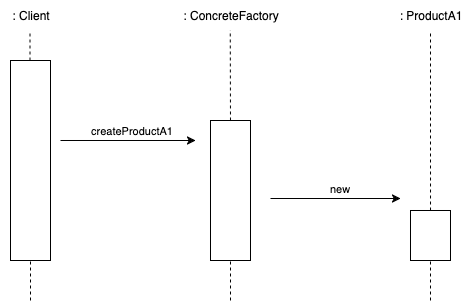
Above: assets/pattern/abstract-factory/abstract-factory-sequence.drawio.png in angelobdev/dispensa-ingsoft (draw.io), before the change. Source tidied: cells renumbered, new cells last; positions are measured from the earlier drawing's top-left corner, leaving out a move shared by most shapes.
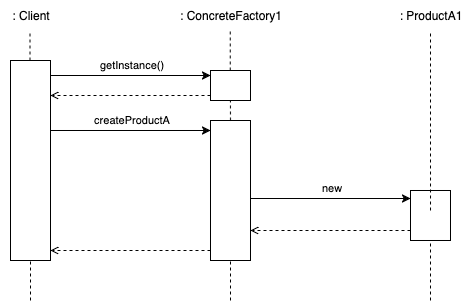
Later version of the same file.

Commit message:
Ridisegnati sequence diagram creazionali

The edit, as a diff of the source:
```diff
@@ -11,19 +11,16 @@
     <mxCell id="4" value=": Client" style="text;html=1;align=center;verticalAlign=middle;strokeColor=none;fillColor=none;" parent="1" vertex="1">
       <mxGeometry width="60" height="30" as="geometry" />
     </mxCell>
-    <mxCell id="5" value="&lt;div&gt;: ConcreteFactory&lt;/div&gt;" style="text;html=1;align=center;verticalAlign=middle;points=[];strokeColor=none;fillColor=none;" parent="1" vertex="1">
-      <mxGeometry x="170" width="120" height="30" as="geometry" />
+    <mxCell id="5" value="&lt;div&gt;: ConcreteFactory1&lt;/div&gt;" style="text;html=1;align=center;verticalAlign=middle;points=[];strokeColor=none;fillColor=none;" parent="1" vertex="1">
+      <mxGeometry x="165" width="130" height="30" as="geometry" />
     </mxCell>
     <mxCell id="6" style="html=1;points=[[0,0,0,0,5],[0,1,0,0,-5],[1,0,0,0,5],[1,1,0,0,-5]];perimeter=orthogonalPerimeter;outlineConnect=0;targetShapes=umlLifeline;portConstraint=eastwest;newEdgeStyle={&quot;curved&quot;:0,&quot;rounded&quot;:0};" parent="1" vertex="1">
-      <mxGeometry x="410" y="210" width="40" height="50" as="geometry" />
+      <mxGeometry x="410" y="190" width="40" height="50" as="geometry" />
     </mxCell>
-    <mxCell id="7" style="endArrow=classic;html=1;rounded=0;" parent="1" edge="1">
-      <mxGeometry relative="1" as="geometry">
-        <mxPoint x="60" y="140" as="sourcePoint" />
-        <mxPoint x="195" y="140" as="targetPoint" />
-      </mxGeometry>
+    <mxCell id="7" style="endArrow=classic;html=1;rounded=0;entryX=0;entryY=0;entryDx=0;entryDy=5;entryPerimeter=0;" parent="1" edge="1" source="2" target="19">
+      <mxGeometry relative="1" as="geometry" />
     </mxCell>
-    <mxCell id="8" value="createProductA1" style="edgeLabel;html=1;align=center;verticalAlign=middle;" parent="7" vertex="1">
+    <mxCell id="8" value="getInstance()" style="edgeLabel;html=1;align=center;verticalAlign=middle;" parent="7" vertex="1">
       <mxGeometry x="-0.16" y="2" relative="1" as="geometry">
         <mxPoint x="13" y="-8" as="offset" />
       </mxGeometry>
@@ -43,10 +40,8 @@
         <mxPoint x="29.5" y="30" as="targetPoint" />
       </mxGeometry>
     </mxCell>
-    <mxCell id="12" style="endArrow=none;dashed=1;html=1;rounded=0;entryX=0.498;entryY=0.993;entryDx=0;entryDy=0;entryPerimeter=0;" parent="1" edge="1" target="5">
-      <mxGeometry relative="1" as="geometry">
-        <mxPoint x="230" y="120" as="sourcePoint" />
-      </mxGeometry>
+    <mxCell id="12" style="endArrow=none;dashed=1;html=1;rounded=0;entryX=0.498;entryY=0.993;entryDx=0;entryDy=0;entryPerimeter=0;" parent="1" edge="1" source="19" target="5">
+      <mxGeometry relative="1" as="geometry" />
     </mxCell>
     <mxCell id="13" value="&lt;div&gt;: ProductA1&lt;/div&gt;" style="text;html=1;align=center;verticalAlign=middle;strokeColor=none;fillColor=none;" parent="1" vertex="1">
       <mxGeometry x="385" width="90" height="30" as="geometry" />
@@ -57,10 +52,9 @@
         <mxPoint x="430" y="30" as="targetPoint" />
       </mxGeometry>
     </mxCell>
-    <mxCell id="15" style="endArrow=classic;html=1;rounded=0;" parent="1" edge="1">
+    <mxCell id="15" style="endArrow=classic;html=1;rounded=0;" parent="1" edge="1" target="6">
       <mxGeometry relative="1" as="geometry">
-        <mxPoint x="270" y="198" as="sourcePoint" />
-        <mxPoint x="400" y="198" as="targetPoint" />
+        <mxPoint x="250" y="198" as="sourcePoint" />
       </mxGeometry>
     </mxCell>
     <mxCell id="16" value="new" style="edgeLabel;html=1;align=center;verticalAlign=middle;" parent="15" vertex="1">
@@ -73,5 +67,38 @@
         <mxPoint x="430" y="300" as="sourcePoint" />
       </mxGeometry>
     </mxCell>
+    <mxCell id="18" style="endArrow=none;dashed=1;html=1;rounded=0;entryX=0.498;entryY=0.993;entryDx=0;entryDy=0;entryPerimeter=0;" parent="1" edge="1" target="19">
+      <mxGeometry relative="1" as="geometry">
+        <mxPoint x="230" y="120" as="sourcePoint" />
+      </mxGeometry>
+    </mxCell>
+    <mxCell id="19" style="html=1;points=[[0,0,0,0,5],[0,1,0,0,-5],[1,0,0,0,5],[1,1,0,0,-5]];perimeter=orthogonalPerimeter;outlineConnect=0;targetShapes=umlLifeline;portConstraint=eastwest;newEdgeStyle={&quot;curved&quot;:0,&quot;rounded&quot;:0};" parent="1" vertex="1">
+      <mxGeometry x="210" y="70" width="40" height="30" as="geometry" />
+    </mxCell>
+    <mxCell id="20" style="endArrow=classic;html=1;rounded=0;" parent="1" edge="1" target="3">
+      <mxGeometry relative="1" as="geometry">
+        <mxPoint x="50" y="130" as="sourcePoint" />
+      </mxGeometry>
+    </mxCell>
+    <mxCell id="21" value="createProductA" style="edgeLabel;html=1;align=center;verticalAlign=middle;" parent="20" vertex="1">
+      <mxGeometry x="-0.16" y="2" relative="1" as="geometry">
+        <mxPoint x="13" y="-8" as="offset" />
+      </mxGeometry>
+    </mxCell>
+    <mxCell id="22" style="endArrow=open;html=1;rounded=0;exitX=0;exitY=1;exitDx=0;exitDy=-5;exitPerimeter=0;dashed=1;endFill=0;" parent="1" edge="1" source="19" target="2">
+      <mxGeometry relative="1" as="geometry" />
+    </mxCell>
+    <mxCell id="23" style="endArrow=open;html=1;rounded=0;exitX=0;exitY=1;exitDx=0;exitDy=-5;exitPerimeter=0;dashed=1;endFill=0;" parent="1" edge="1">
+      <mxGeometry relative="1" as="geometry">
+        <mxPoint x="410" y="230" as="sourcePoint" />
+        <mxPoint x="250" y="230" as="targetPoint" />
+      </mxGeometry>
+    </mxCell>
+    <mxCell id="24" style="endArrow=open;html=1;rounded=0;exitX=0;exitY=1;exitDx=0;exitDy=-5;exitPerimeter=0;dashed=1;endFill=0;" parent="1" edge="1">
+      <mxGeometry relative="1" as="geometry">
+        <mxPoint x="210" y="250" as="sourcePoint" />
+        <mxPoint x="50" y="250" as="targetPoint" />
+      </mxGeometry>
+    </mxCell>
   </root>
 </mxGraphModel>
```
